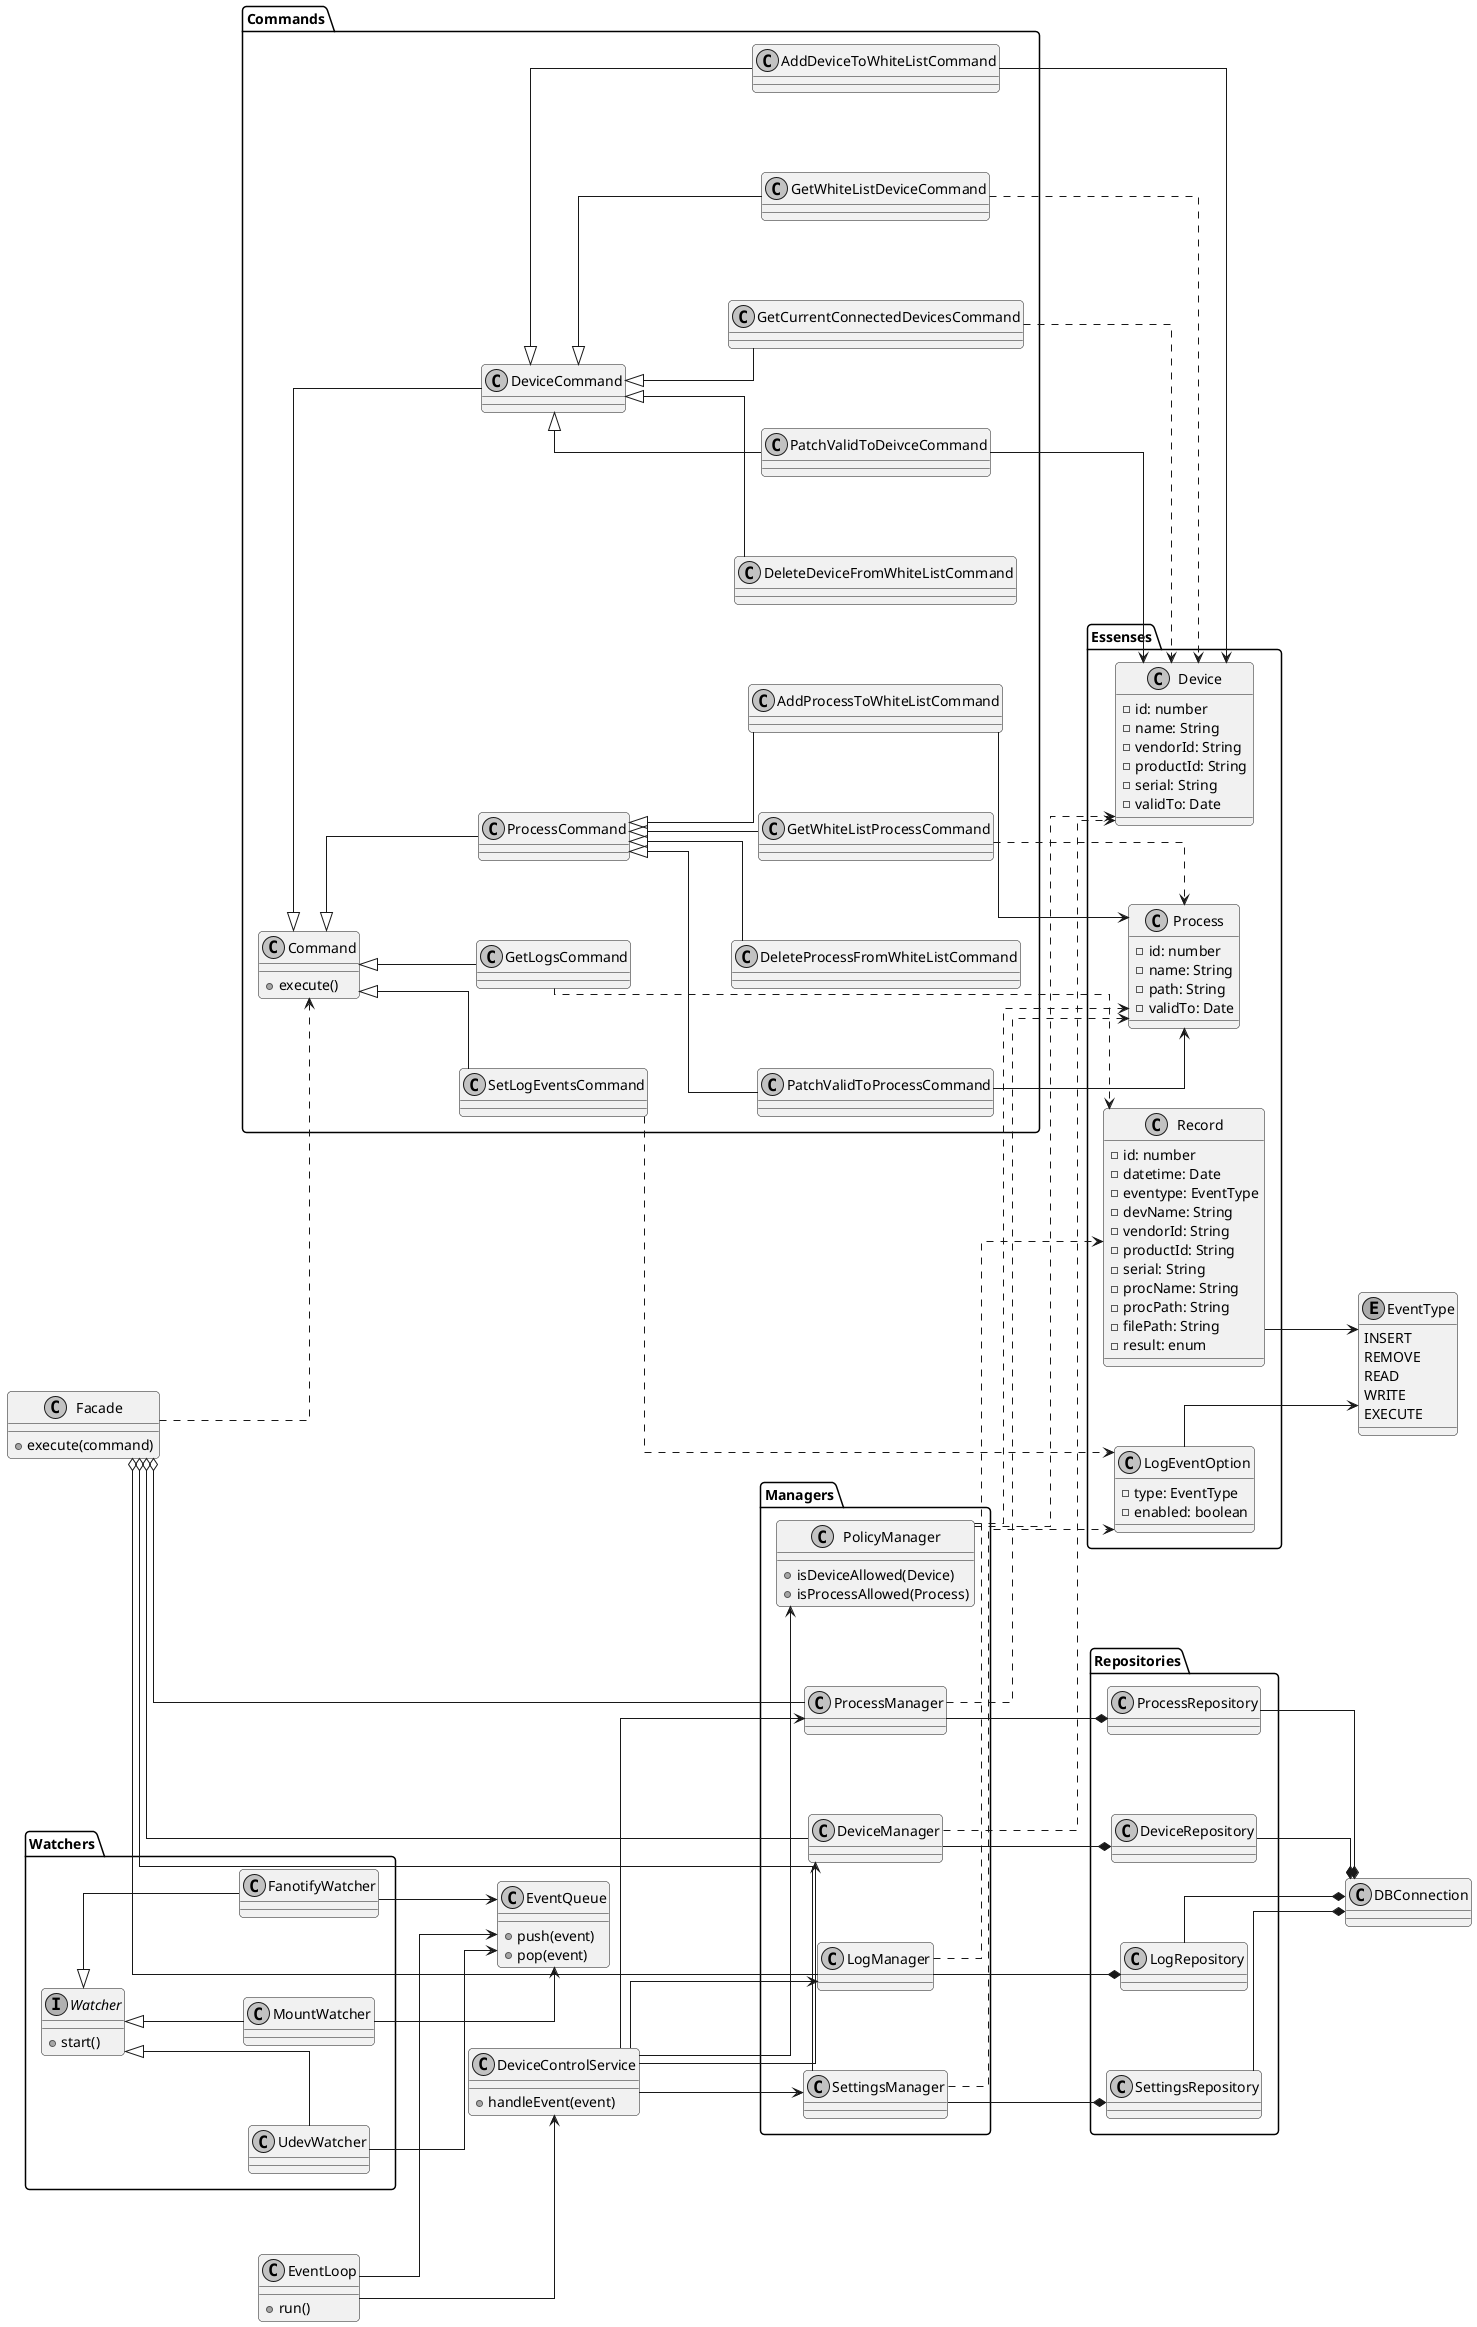
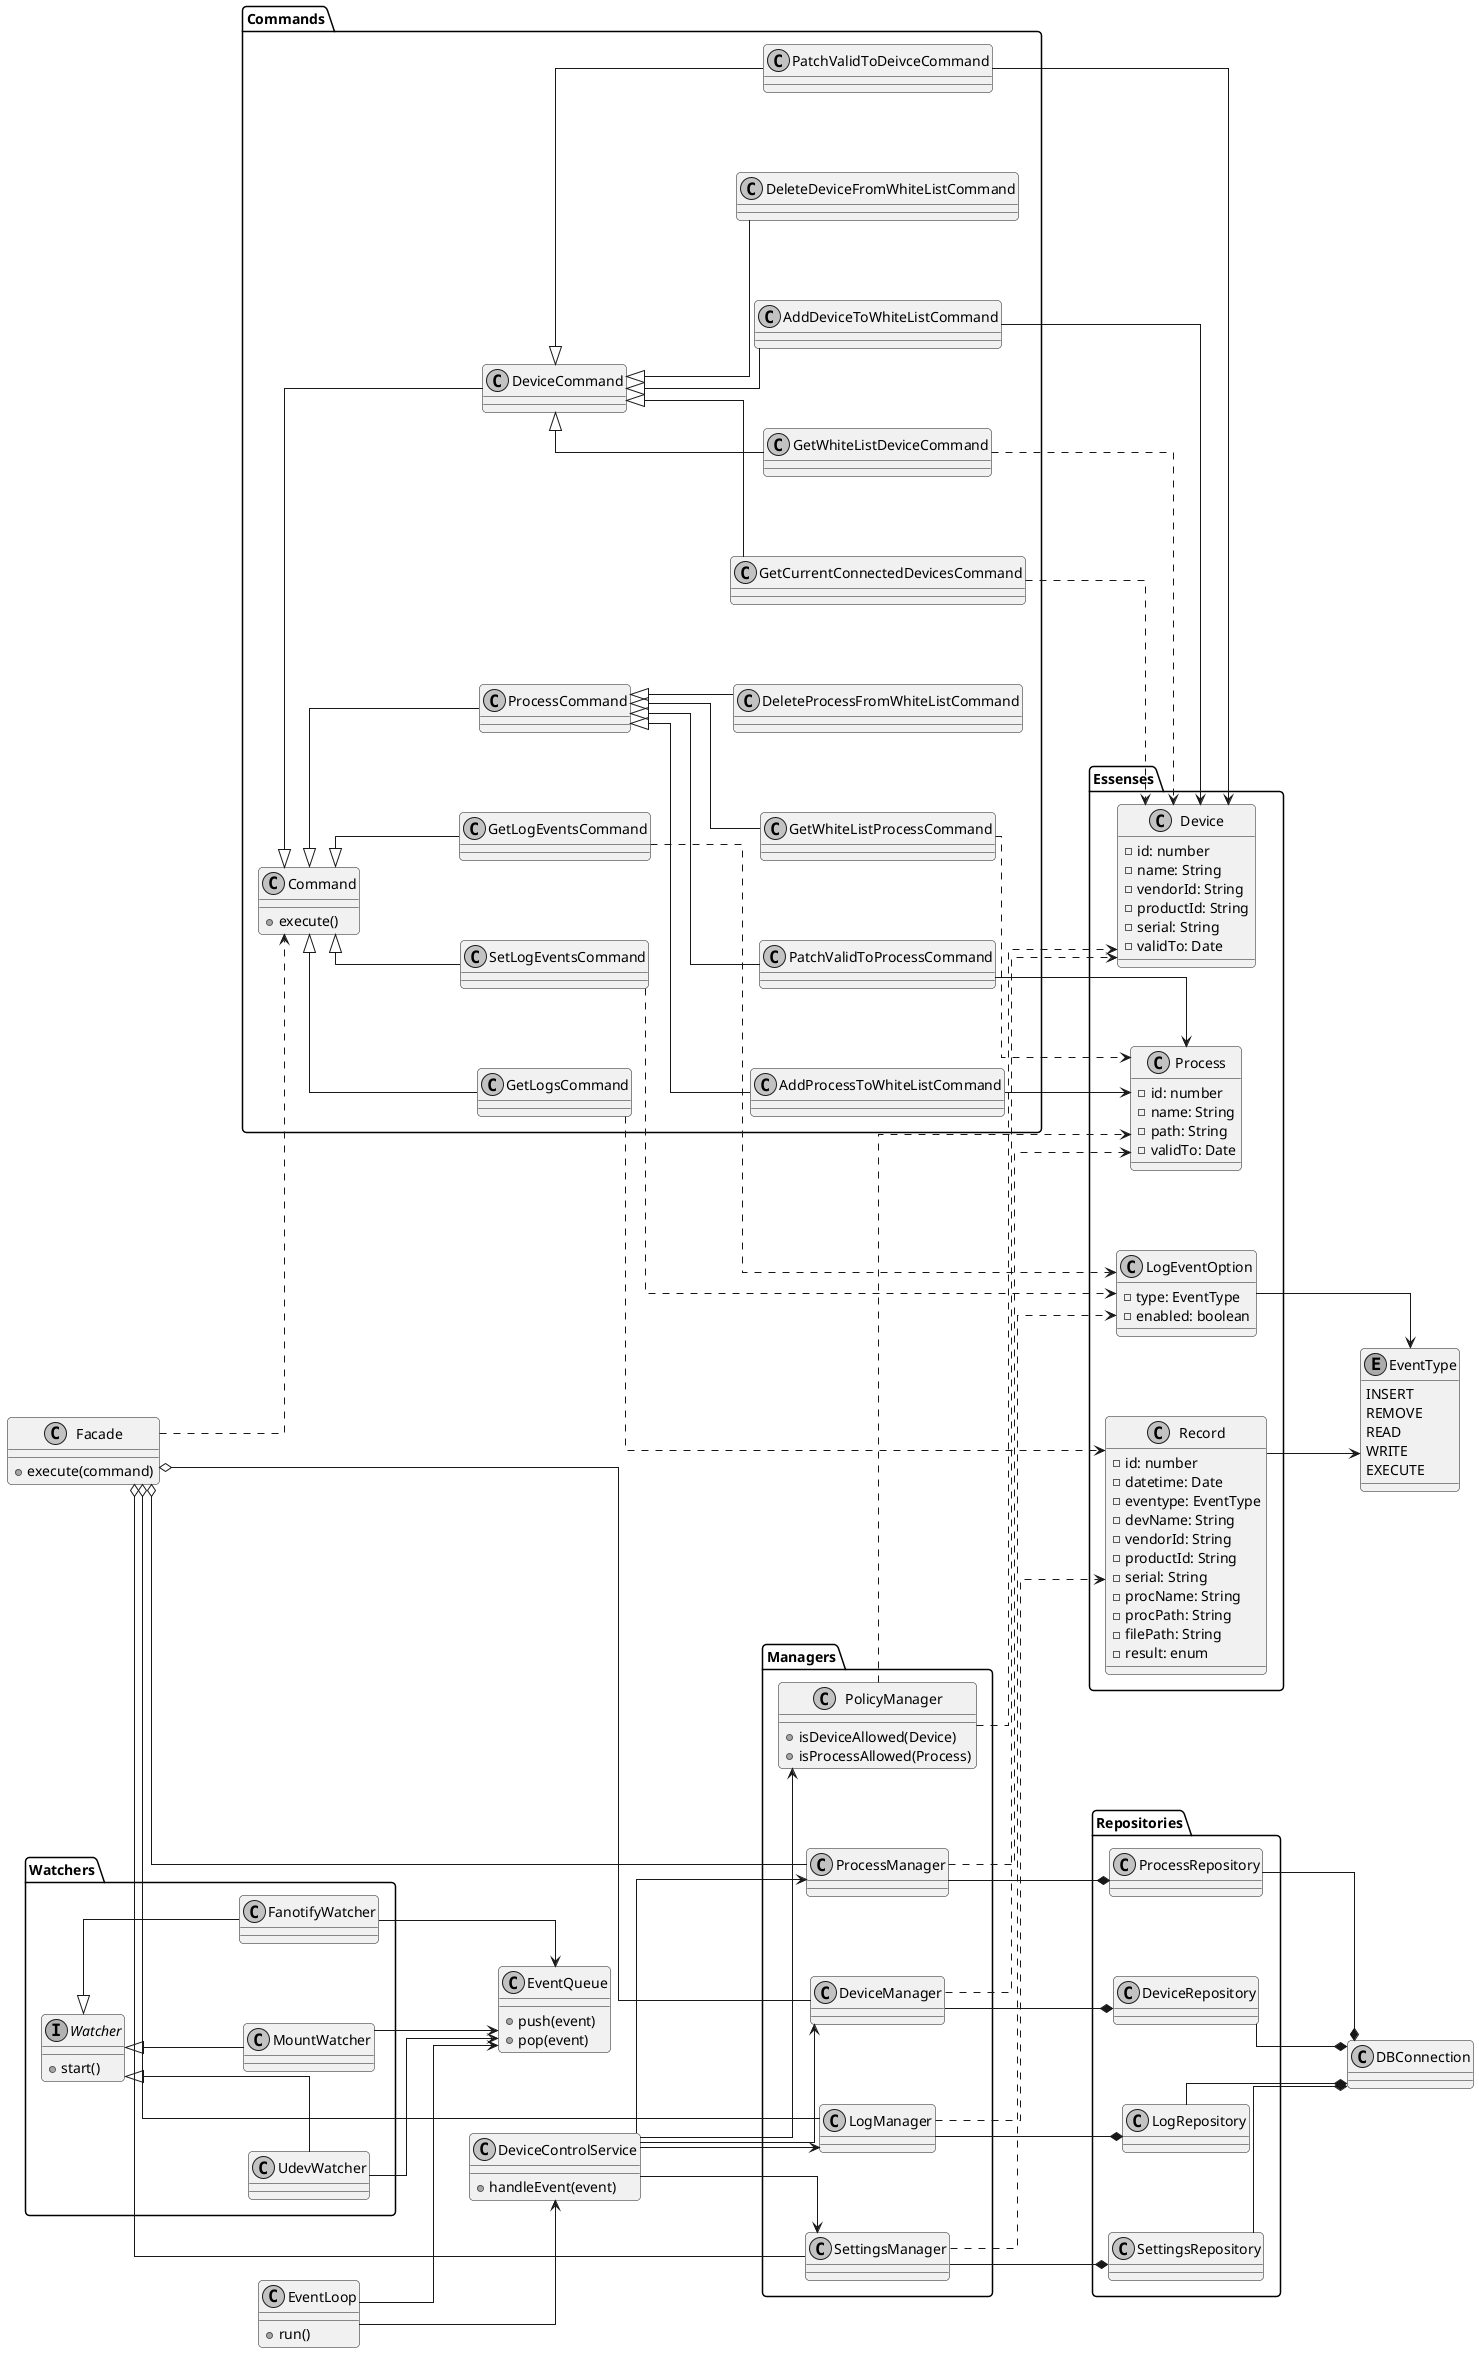
@startuml

skinparam linetype ortho

skinparam shadowing false
skinparam roundcorner 8
skinparam monochrome true

skinparam nodesep 80
skinparam ranksep 80
skinparam packagePadding 20

left to right direction

' =========================
' СУЩНОСТИ
' =========================
enum EventType {
  INSERT
  REMOVE
  READ
  WRITE
  EXECUTE
}
package "Essenses" {
    class Device {
    - id: number
    - name: String
    - vendorId: String
    - productId: String
    - serial: String
    - validTo: Date
    }
    class Process {
    - id: number
    - name: String
    - path: String
    - validTo: Date
    }
    class Record {
    - id: number
    - datetime: Date
    - eventype: EventType
    - devName: String
    - vendorId: String
    - productId: String
    - serial: String
    - procName: String
    - procPath: String
    - filePath: String
    - result: enum
    }
    class LogEventOption {
    - type: EventType
    - enabled: boolean
    }
}

Record --> EventType
LogEventOption --> EventType

' =========================
' РЕПОЗИТОРИИ
' =========================
package "Repositories" {
  class SettingsRepository
  class DeviceRepository
  class ProcessRepository
  class LogRepository
}

class DBConnection

SettingsRepository --* DBConnection
DeviceRepository --* DBConnection
ProcessRepository --* DBConnection
LogRepository --* DBConnection

' =========================
' МЕНЕДЖЕРЫ
' =========================
package "Managers" {
  class SettingsManager
  class DeviceManager
  class ProcessManager
  class LogManager
  class PolicyManager {
    +isDeviceAllowed(Device)
    +isProcessAllowed(Process)
  }
}

SettingsManager --* SettingsRepository
DeviceManager --* DeviceRepository
ProcessManager --* ProcessRepository
LogManager --* LogRepository

DeviceManager ..> Device
ProcessManager ..> Process
LogManager ..> Record
SettingsManager ..> LogEventOption

PolicyManager ..> Device
PolicyManager ..> Process

' =========================
' ФАСАД
' =========================
class Facade {
  +execute(command)
}

Facade o-- SettingsManager
Facade o-- DeviceManager
Facade o-- LogManager
Facade o-- ProcessManager

' =========================
' КОМАНДЫ
' =========================
package "Commands" {
  class Command {
    +execute()
  }
  class DeviceCommand
  class SetLogEventsCommand
+   class GetLogEventsCommand
  class ProcessCommand
  class GetLogsCommand

  class GetWhiteListDeviceCommand
  class AddDeviceToWhiteListCommand
  class DeleteDeviceFromWhiteListCommand
  class PatchValidToDeivceCommand
  class GetCurrentConnectedDevicesCommand

  class GetWhiteListProcessCommand
  class AddProcessToWhiteListCommand
  class DeleteProcessFromWhiteListCommand
  class PatchValidToProcessCommand
}

Command <|-- DeviceCommand
Command <|-- SetLogEventsCommand
+ Command <|-- GetLogEventsCommand
Command <|-- ProcessCommand
Command <|-- GetLogsCommand

Facade ..> Command

GetLogsCommand ..> Record
SetLogEventsCommand ..> LogEventOption
+ GetLogEventsCommand ..> LogEventOption

DeviceCommand <|-- GetWhiteListDeviceCommand
DeviceCommand <|-- AddDeviceToWhiteListCommand
DeviceCommand <|-- DeleteDeviceFromWhiteListCommand
DeviceCommand <|-- PatchValidToDeivceCommand
DeviceCommand <|-- GetCurrentConnectedDevicesCommand

GetCurrentConnectedDevicesCommand ..> Device
PatchValidToDeivceCommand --> Device
AddDeviceToWhiteListCommand --> Device
GetWhiteListDeviceCommand ..> Device

ProcessCommand <|-- GetWhiteListProcessCommand
ProcessCommand <|-- AddProcessToWhiteListCommand
ProcessCommand <|-- DeleteProcessFromWhiteListCommand
ProcessCommand <|-- PatchValidToProcessCommand

PatchValidToProcessCommand --> Process
AddProcessToWhiteListCommand --> Process
GetWhiteListProcessCommand ..> Process

' =========================
' WATCHERS
' =========================
package "Watchers" {
interface Watcher {
    +start()
}

class UdevWatcher
class MountWatcher
class FanotifyWatcher
}

Watcher <|-- UdevWatcher
Watcher <|-- MountWatcher
Watcher <|-- FanotifyWatcher

' =========================
' ОЧЕРЕДЬ
' =========================
class EventQueue {
    +push(event)
    +pop(event)
}

' =========================
' ДИСПЕТЧЕР / WORKER
' =========================
class EventLoop {
    +run()
}

EventLoop --> EventQueue

' =========================
' ГЛАВНЫЙ СЕРВИС (ядро)
' =========================
class DeviceControlService {
    +handleEvent(event)
}

EventLoop --> DeviceControlService

DeviceControlService --> DeviceManager
DeviceControlService --> ProcessManager
DeviceControlService --> LogManager
DeviceControlService --> SettingsManager
DeviceControlService --> PolicyManager

UdevWatcher --> EventQueue
MountWatcher --> EventQueue
FanotifyWatcher --> EventQueue

@enduml